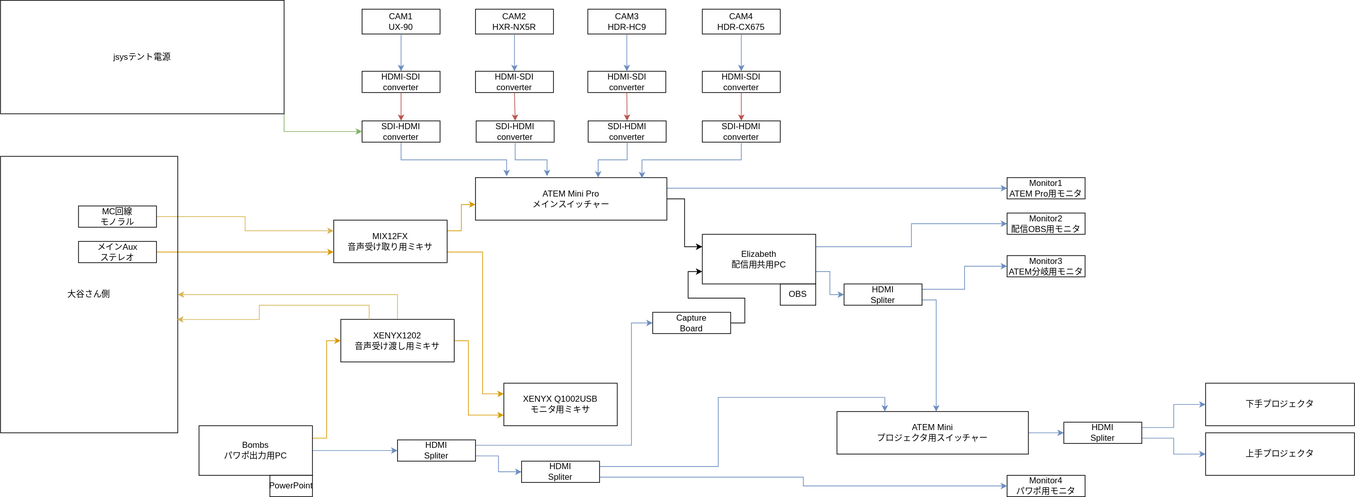
Above: drawio-svg/jsys23-eizou-wiring.drawio.svg in dolceWFC/sohosai-eizou-live-wiring (draw.io), before the change. Source tidied: cells renumbered, new cells last; positions are measured from the earlier drawing's top-left corner, leaving out a move shared by most shapes.
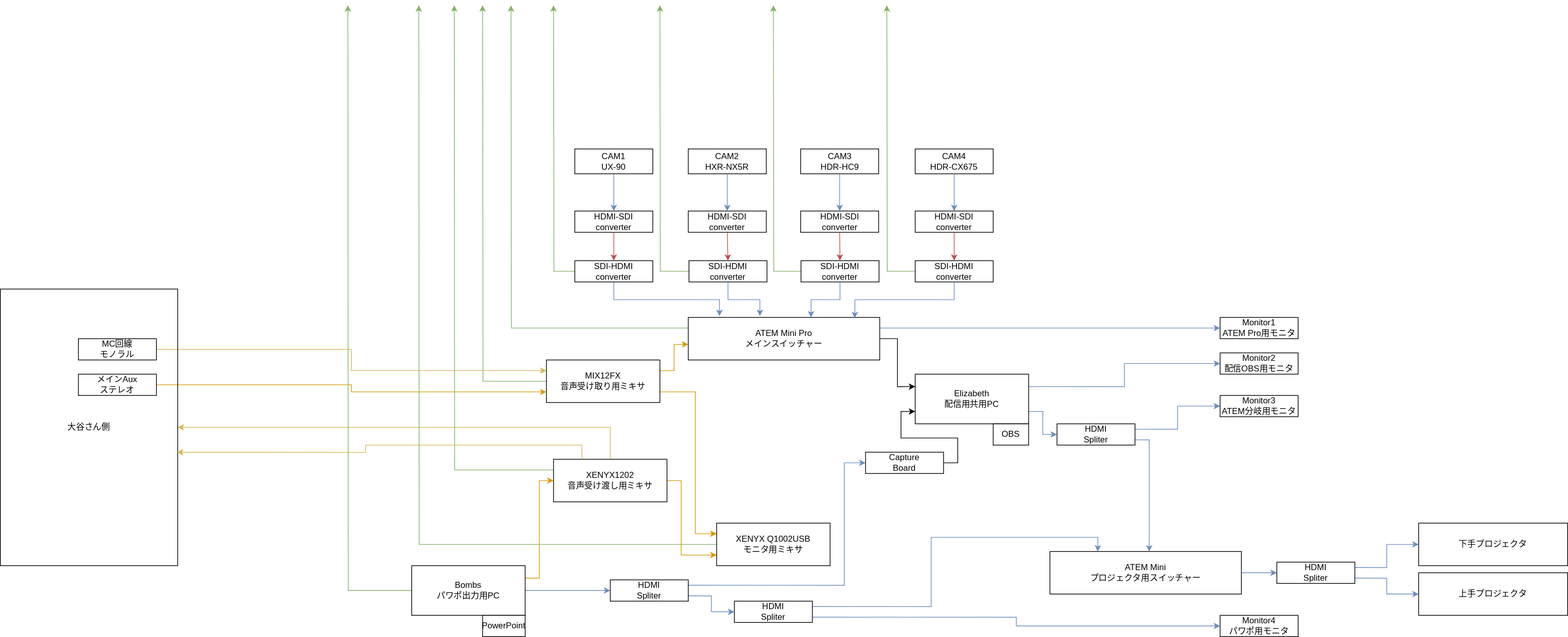
Later version of the same file.

Commit message:
jsys23-eizou-wiring.drawio.svg を更新します

Diff of the diagram source:
```diff
@@ -41,15 +41,35 @@
     <mxCell id="14" style="edgeStyle=orthogonalEdgeStyle;rounded=0;jettySize=auto;html=1;exitX=0.5;exitY=1;exitDx=0;exitDy=0;entryX=0.163;entryY=-0.033;entryDx=0;entryDy=0;entryPerimeter=0;fillColor=#dae8fc;strokeColor=#6c8ebf;" parent="1" edge="1" source="15" target="25">
       <mxGeometry relative="1" as="geometry" />
     </mxCell>
+    <mxCell id="74" style="edgeStyle=orthogonalEdgeStyle;rounded=0;jettySize=auto;html=1;exitX=0;exitY=0.5;exitDx=0;exitDy=0;fillColor=#d5e8d4;strokeColor=#82b366;" parent="1" edge="1" source="15">
+      <mxGeometry relative="1" as="geometry">
+        <mxPoint x="480" y="-190" as="targetPoint" />
+      </mxGeometry>
+    </mxCell>
     <mxCell id="15" value="SDI-HDMI&lt;br&gt;converter" style="text;html=1;strokeColor=default;fillColor=none;align=center;verticalAlign=middle;whiteSpace=wrap;rounded=0;" parent="1" vertex="1">
       <mxGeometry x="510" y="170" width="110" height="30" as="geometry" />
     </mxCell>
+    <mxCell id="75" style="edgeStyle=orthogonalEdgeStyle;rounded=0;jettySize=auto;html=1;exitX=0;exitY=0.5;exitDx=0;exitDy=0;fillColor=#d5e8d4;strokeColor=#82b366;" parent="1" edge="1" source="16">
+      <mxGeometry relative="1" as="geometry">
+        <mxPoint x="630" y="-190" as="targetPoint" />
+      </mxGeometry>
+    </mxCell>
     <mxCell id="16" value="SDI-HDMI&lt;br&gt;converter" style="text;html=1;strokeColor=default;fillColor=none;align=center;verticalAlign=middle;whiteSpace=wrap;rounded=0;" parent="1" vertex="1">
       <mxGeometry x="671" y="170" width="110" height="30" as="geometry" />
     </mxCell>
+    <mxCell id="76" style="edgeStyle=orthogonalEdgeStyle;rounded=0;jettySize=auto;html=1;exitX=0;exitY=0.5;exitDx=0;exitDy=0;fillColor=#d5e8d4;strokeColor=#82b366;" parent="1" edge="1" source="17">
+      <mxGeometry relative="1" as="geometry">
+        <mxPoint x="790" y="-190" as="targetPoint" />
+      </mxGeometry>
+    </mxCell>
     <mxCell id="17" value="SDI-HDMI&lt;br&gt;converter" style="text;html=1;strokeColor=default;fillColor=none;align=center;verticalAlign=middle;whiteSpace=wrap;rounded=0;" parent="1" vertex="1">
       <mxGeometry x="829" y="170" width="110" height="30" as="geometry" />
     </mxCell>
+    <mxCell id="77" style="edgeStyle=orthogonalEdgeStyle;rounded=0;jettySize=auto;html=1;exitX=0;exitY=0.5;exitDx=0;exitDy=0;fillColor=#d5e8d4;strokeColor=#82b366;" parent="1" edge="1" source="18">
+      <mxGeometry relative="1" as="geometry">
+        <mxPoint x="950" y="-190" as="targetPoint" />
+      </mxGeometry>
+    </mxCell>
     <mxCell id="18" value="SDI-HDMI&lt;br&gt;converter" style="text;html=1;strokeColor=default;fillColor=none;align=center;verticalAlign=middle;whiteSpace=wrap;rounded=0;" parent="1" vertex="1">
       <mxGeometry x="990" y="170" width="110" height="30" as="geometry" />
     </mxCell>
@@ -71,6 +91,11 @@
     <mxCell id="24" style="edgeStyle=orthogonalEdgeStyle;rounded=0;jettySize=auto;html=1;exitX=1;exitY=0.5;exitDx=0;exitDy=0;entryX=0;entryY=0.25;entryDx=0;entryDy=0;" parent="1" edge="1" source="25" target="32">
       <mxGeometry relative="1" as="geometry" />
     </mxCell>
+    <mxCell id="78" style="edgeStyle=orthogonalEdgeStyle;rounded=0;jettySize=auto;html=1;exitX=0;exitY=0.25;exitDx=0;exitDy=0;fillColor=#d5e8d4;strokeColor=#82b366;" parent="1" edge="1" source="25">
+      <mxGeometry relative="1" as="geometry">
+        <mxPoint x="420" y="-190" as="targetPoint" />
+      </mxGeometry>
+    </mxCell>
     <mxCell id="25" value="ATEM Mini Pro&lt;br&gt;メインスイッチャー" style="text;html=1;strokeColor=default;fillColor=none;align=center;verticalAlign=middle;whiteSpace=wrap;rounded=0;" parent="1" vertex="1">
       <mxGeometry x="670" y="250" width="270" height="60" as="geometry" />
     </mxCell>
@@ -109,6 +134,11 @@
         </Array>
       </mxGeometry>
     </mxCell>
+    <mxCell id="79" style="edgeStyle=orthogonalEdgeStyle;rounded=0;jettySize=auto;html=1;exitX=0;exitY=0.5;exitDx=0;exitDy=0;fillColor=#d5e8d4;strokeColor=#82b366;" parent="1" edge="1" source="36">
+      <mxGeometry relative="1" as="geometry">
+        <mxPoint x="380" y="-190" as="targetPoint" />
+      </mxGeometry>
+    </mxCell>
     <mxCell id="36" value="MIX12FX&lt;br&gt;音声受け取り用ミキサ" style="text;html=1;strokeColor=default;fillColor=none;align=center;verticalAlign=middle;whiteSpace=wrap;rounded=0;" parent="1" vertex="1">
       <mxGeometry x="470" y="310" width="160" height="60" as="geometry" />
     </mxCell>
@@ -116,13 +146,13 @@
       <mxGeometry relative="1" as="geometry" />
     </mxCell>
     <mxCell id="38" value="MC回線&lt;br&gt;モノラル" style="text;html=1;strokeColor=default;fillColor=none;align=center;verticalAlign=middle;whiteSpace=wrap;rounded=0;" parent="1" vertex="1">
-      <mxGeometry x="110" y="290" width="110" height="30" as="geometry" />
+      <mxGeometry x="-190" y="280" width="110" height="30" as="geometry" />
     </mxCell>
     <mxCell id="39" style="edgeStyle=orthogonalEdgeStyle;rounded=0;jettySize=auto;html=1;exitX=1;exitY=0.5;exitDx=0;exitDy=0;entryX=0;entryY=0.75;entryDx=0;entryDy=0;fillColor=#ffe6cc;strokeColor=#d79b00;" parent="1" edge="1" source="40" target="36">
       <mxGeometry relative="1" as="geometry" />
     </mxCell>
     <mxCell id="40" value="メインAux&lt;br&gt;ステレオ" style="text;html=1;strokeColor=default;fillColor=none;align=center;verticalAlign=middle;whiteSpace=wrap;rounded=0;" parent="1" vertex="1">
-      <mxGeometry x="110" y="340" width="110" height="30" as="geometry" />
+      <mxGeometry x="-190" y="330" width="110" height="30" as="geometry" />
     </mxCell>
     <mxCell id="41" style="edgeStyle=orthogonalEdgeStyle;rounded=0;jettySize=auto;html=1;exitX=0.5;exitY=0;exitDx=0;exitDy=0;fillColor=#fff2cc;strokeColor=#d6b656;" parent="1" edge="1" source="43" target="48">
       <mxGeometry relative="1" as="geometry" />
@@ -135,6 +165,11 @@
         </Array>
       </mxGeometry>
     </mxCell>
+    <mxCell id="80" style="edgeStyle=orthogonalEdgeStyle;rounded=0;jettySize=auto;html=1;exitX=0;exitY=0.25;exitDx=0;exitDy=0;fillColor=#d5e8d4;strokeColor=#82b366;" parent="1" edge="1" source="43">
+      <mxGeometry relative="1" as="geometry">
+        <mxPoint x="340" y="-190" as="targetPoint" />
+      </mxGeometry>
+    </mxCell>
     <mxCell id="43" value="XENYX1202&lt;br&gt;音声受け渡し用ミキサ" style="text;html=1;strokeColor=default;fillColor=none;align=center;verticalAlign=middle;whiteSpace=wrap;rounded=0;" parent="1" vertex="1">
       <mxGeometry x="480" y="450" width="160" height="60" as="geometry" />
     </mxCell>
@@ -144,6 +179,11 @@
     <mxCell id="45" style="edgeStyle=orthogonalEdgeStyle;rounded=0;jettySize=auto;html=1;exitX=1;exitY=0.5;exitDx=0;exitDy=0;entryX=0;entryY=0.5;entryDx=0;entryDy=0;fillColor=#dae8fc;strokeColor=#6c8ebf;" parent="1" edge="1" source="46" target="66">
       <mxGeometry relative="1" as="geometry" />
     </mxCell>
+    <mxCell id="81" style="edgeStyle=orthogonalEdgeStyle;rounded=0;jettySize=auto;html=1;exitX=0;exitY=0.5;exitDx=0;exitDy=0;fillColor=#d5e8d4;strokeColor=#82b366;" parent="1" edge="1" source="46">
+      <mxGeometry relative="1" as="geometry">
+        <mxPoint x="190" y="-190" as="targetPoint" />
+      </mxGeometry>
+    </mxCell>
     <mxCell id="46" value="Bombs&lt;br&gt;パワポ出力用PC" style="text;html=1;strokeColor=default;fillColor=none;align=center;verticalAlign=middle;whiteSpace=wrap;rounded=0;" parent="1" vertex="1">
       <mxGeometry x="280" y="600" width="160" height="70" as="geometry" />
     </mxCell>
@@ -151,11 +191,16 @@
       <mxGeometry x="380" y="670" width="60" height="30" as="geometry" />
     </mxCell>
     <mxCell id="48" value="大谷さん側" style="text;html=1;strokeColor=default;fillColor=none;align=center;verticalAlign=middle;whiteSpace=wrap;rounded=0;" parent="1" vertex="1">
-      <mxGeometry y="220" width="250" height="390" as="geometry" />
+      <mxGeometry x="-300" y="210" width="250" height="390" as="geometry" />
     </mxCell>
     <mxCell id="49" style="edgeStyle=orthogonalEdgeStyle;rounded=0;jettySize=auto;html=1;exitX=0.25;exitY=0;exitDx=0;exitDy=0;entryX=0.996;entryY=0.59;entryDx=0;entryDy=0;entryPerimeter=0;fillColor=#fff2cc;strokeColor=#d6b656;" parent="1" edge="1" source="43" target="48">
       <mxGeometry relative="1" as="geometry" />
     </mxCell>
+    <mxCell id="82" style="edgeStyle=orthogonalEdgeStyle;rounded=0;jettySize=auto;html=1;exitX=0;exitY=0.5;exitDx=0;exitDy=0;fillColor=#d5e8d4;strokeColor=#82b366;" parent="1" edge="1" source="50">
+      <mxGeometry relative="1" as="geometry">
+        <mxPoint x="290" y="-190" as="targetPoint" />
+      </mxGeometry>
+    </mxCell>
     <mxCell id="50" value="XENYX Q1002USB&lt;br&gt;モニタ用ミキサ" style="text;html=1;strokeColor=default;fillColor=none;align=center;verticalAlign=middle;whiteSpace=wrap;rounded=0;" parent="1" vertex="1">
       <mxGeometry x="710" y="540" width="160" height="60" as="geometry" />
     </mxCell>
@@ -231,11 +276,5 @@
     <mxCell id="71" value="Capture&lt;br&gt;Board" style="text;html=1;strokeColor=default;fillColor=none;align=center;verticalAlign=middle;whiteSpace=wrap;rounded=0;" parent="1" vertex="1">
       <mxGeometry x="920" y="440" width="110" height="30" as="geometry" />
     </mxCell>
-    <mxCell id="72" style="edgeStyle=orthogonalEdgeStyle;rounded=0;jettySize=auto;html=1;exitX=1;exitY=1;exitDx=0;exitDy=0;entryX=0;entryY=0.5;entryDx=0;entryDy=0;fillColor=#d5e8d4;strokeColor=#82b366;" parent="1" edge="1" source="73" target="15">
-      <mxGeometry relative="1" as="geometry" />
-    </mxCell>
-    <mxCell id="73" value="jsysテント電源" style="text;html=1;strokeColor=default;fillColor=none;align=center;verticalAlign=middle;whiteSpace=wrap;rounded=0;" parent="1" vertex="1">
-      <mxGeometry width="400" height="160" as="geometry" />
-    </mxCell>
   </root>
 </mxGraphModel>
```
